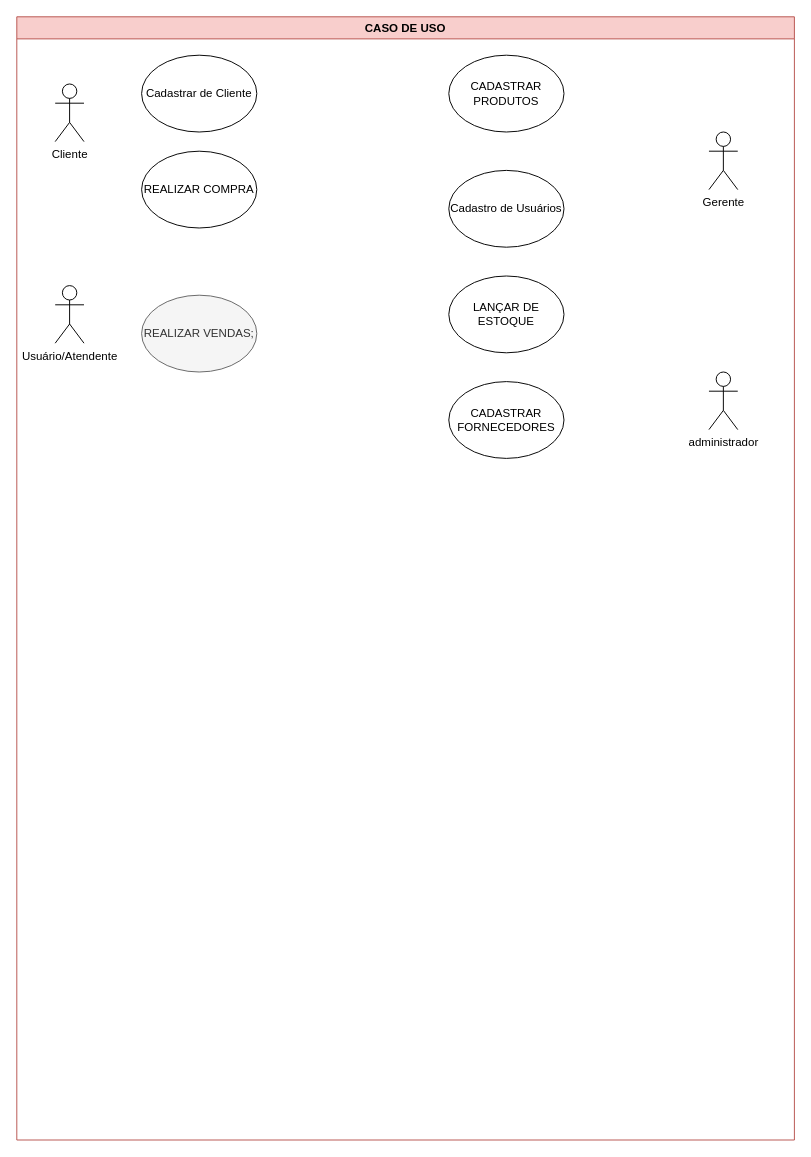
Before: page "Página-1" (1 of 2) of exerciocio.drawio in AirlanDEV/diagramasderequisitos, a draw.io diagram. Source tidied: cells renumbered, new cells numbered last; positions are measured from the earlier drawing's top-left corner, leaving out a move shared by most shapes. Both pictures are drawn from the tidied source at 96%, with x=0, y=0 at pixel (16, 16).
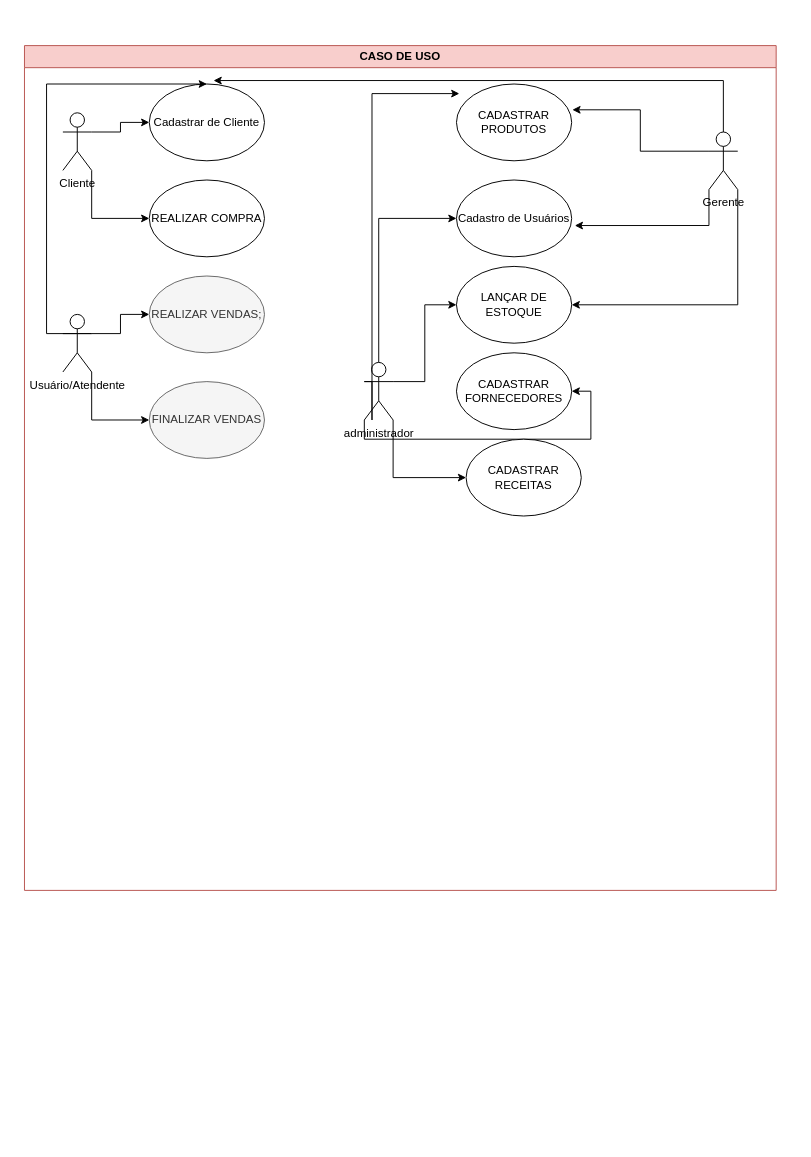
After the change.

Unchanged cells that the change refers to:
```xml
<mxCell id="3" value="Cliente" style="shape=umlActor;verticalLabelPosition=bottom;verticalAlign=top;html=1;outlineConnect=0;" parent="2" vertex="1">
  <mxGeometry x="40" y="70" width="30" height="60" as="geometry" />
</mxCell>
<mxCell id="4" value="Cadastrar de Cliente" style="ellipse;whiteSpace=wrap;html=1;" parent="2" vertex="1">
  <mxGeometry x="130" y="40" width="120" height="80" as="geometry" />
</mxCell>
<mxCell id="6" value="CADASTRAR PRODUTOS" style="ellipse;whiteSpace=wrap;html=1;" parent="2" vertex="1">
  <mxGeometry x="450" y="40" width="120" height="80" as="geometry" />
</mxCell>
<mxCell id="7" value="Usuário/Atendente" style="shape=umlActor;verticalLabelPosition=bottom;verticalAlign=top;html=1;outlineConnect=0;" parent="2" vertex="1">
  <mxGeometry x="40" y="280" width="30" height="60" as="geometry" />
</mxCell>
<mxCell id="9" value="REALIZAR COMPRA" style="ellipse;whiteSpace=wrap;html=1;" parent="2" vertex="1">
  <mxGeometry x="130" y="140" width="120" height="80" as="geometry" />
</mxCell>
<mxCell id="12" value="Gerente" style="shape=umlActor;verticalLabelPosition=bottom;verticalAlign=top;html=1;outlineConnect=0;" parent="1" vertex="1">
  <mxGeometry x="721" y="120" width="30" height="60" as="geometry" />
</mxCell>
```

Diff of the diagram source:
```diff
@@
     <mxCell id="2" value="CASO DE USO" style="swimlane;whiteSpace=wrap;html=1;fillColor=#f8cecc;strokeColor=#b85450;" parent="1" vertex="1">
-      <mxGeometry width="810" height="1170" as="geometry" />
+      <mxGeometry x="8" y="30" width="783" height="880" as="geometry" />
     </mxCell>
+    <mxCell id="14" style="edgeStyle=orthogonalEdgeStyle;rounded=0;jettySize=auto;html=1;exitX=1;exitY=0.3333333333333333;exitDx=0;exitDy=0;exitPerimeter=0;entryX=0;entryY=0.5;entryDx=0;entryDy=0;" parent="2" edge="1" source="3" target="4">
+      <mxGeometry relative="1" as="geometry" />
+    </mxCell>
+    <mxCell id="15" style="edgeStyle=orthogonalEdgeStyle;rounded=0;jettySize=auto;html=1;exitX=1;exitY=1;exitDx=0;exitDy=0;exitPerimeter=0;entryX=0;entryY=0.5;entryDx=0;entryDy=0;" parent="2" edge="1" source="3" target="9">
+      <mxGeometry relative="1" as="geometry" />
+    </mxCell>
@@
     <mxCell id="5" value="Cadastro de Usuários" style="ellipse;whiteSpace=wrap;html=1;" parent="2" vertex="1">
-      <mxGeometry x="450" y="160" width="120" height="80" as="geometry" />
+      <mxGeometry x="450" y="140" width="120" height="80" as="geometry" />
     </mxCell>
@@
+    <mxCell id="16" style="edgeStyle=orthogonalEdgeStyle;rounded=0;jettySize=auto;html=1;exitX=1;exitY=0.3333333333333333;exitDx=0;exitDy=0;exitPerimeter=0;entryX=0;entryY=0.5;entryDx=0;entryDy=0;" parent="2" edge="1" source="7" target="8">
+      <mxGeometry relative="1" as="geometry" />
+    </mxCell>
+    <mxCell id="17" style="edgeStyle=orthogonalEdgeStyle;rounded=0;jettySize=auto;html=1;exitX=1;exitY=1;exitDx=0;exitDy=0;exitPerimeter=0;entryX=0;entryY=0.5;entryDx=0;entryDy=0;" parent="2" edge="1" source="7" target="23">
+      <mxGeometry relative="1" as="geometry" />
+    </mxCell>
+    <mxCell id="18" style="edgeStyle=orthogonalEdgeStyle;rounded=0;jettySize=auto;html=1;exitX=1;exitY=0.3333333333333333;exitDx=0;exitDy=0;exitPerimeter=0;entryX=0.5;entryY=0;entryDx=0;entryDy=0;" parent="2" edge="1" source="7" target="4">
+      <mxGeometry relative="1" as="geometry">
+        <Array as="points">
+          <mxPoint x="23" y="300" />
+          <mxPoint x="23" y="40" />
+        </Array>
+      </mxGeometry>
+    </mxCell>
@@
     <mxCell id="8" value="REALIZAR VENDAS;" style="ellipse;whiteSpace=wrap;html=1;fillColor=#f5f5f5;fontColor=#333333;strokeColor=#666666;" parent="2" vertex="1">
-      <mxGeometry x="130" y="290" width="120" height="80" as="geometry" />
+      <mxGeometry x="130" y="240" width="120" height="80" as="geometry" />
     </mxCell>
@@
     <mxCell id="10" value="LANÇAR DE ESTOQUE" style="ellipse;whiteSpace=wrap;html=1;" parent="2" vertex="1">
-      <mxGeometry x="450" y="270" width="120" height="80" as="geometry" />
+      <mxGeometry x="450" y="230" width="120" height="80" as="geometry" />
     </mxCell>
     <mxCell id="11" value="CADASTRAR FORNECEDORES" style="ellipse;whiteSpace=wrap;html=1;" parent="2" vertex="1">
-      <mxGeometry x="450" y="380" width="120" height="80" as="geometry" />
+      <mxGeometry x="450" y="320" width="120" height="80" as="geometry" />
     </mxCell>
+    <mxCell id="19" style="edgeStyle=orthogonalEdgeStyle;rounded=0;jettySize=auto;html=1;exitX=0.5;exitY=0;exitDx=0;exitDy=0;exitPerimeter=0;entryX=0;entryY=0.5;entryDx=0;entryDy=0;" parent="2" edge="1" source="13" target="5">
+      <mxGeometry relative="1" as="geometry" />
+    </mxCell>
+    <mxCell id="20" style="edgeStyle=orthogonalEdgeStyle;rounded=0;jettySize=auto;html=1;exitX=1;exitY=0.3333333333333333;exitDx=0;exitDy=0;exitPerimeter=0;entryX=0;entryY=0.5;entryDx=0;entryDy=0;" parent="2" edge="1" source="13" target="10">
+      <mxGeometry relative="1" as="geometry" />
+    </mxCell>
+    <mxCell id="21" style="edgeStyle=orthogonalEdgeStyle;rounded=0;jettySize=auto;html=1;exitX=1;exitY=1;exitDx=0;exitDy=0;exitPerimeter=0;entryX=0;entryY=0.5;entryDx=0;entryDy=0;" parent="2" edge="1" source="13" target="24">
+      <mxGeometry relative="1" as="geometry" />
+    </mxCell>
+    <mxCell id="13" value="administrador" style="shape=umlActor;verticalLabelPosition=bottom;verticalAlign=top;html=1;outlineConnect=0;" parent="2" vertex="1">
+      <mxGeometry x="354" y="330" width="30" height="60" as="geometry" />
+    </mxCell>
+    <mxCell id="22" style="edgeStyle=orthogonalEdgeStyle;rounded=0;jettySize=auto;html=1;exitX=0;exitY=1;exitDx=0;exitDy=0;exitPerimeter=0;entryX=1;entryY=0.5;entryDx=0;entryDy=0;" parent="2" edge="1" source="13" target="11">
+      <mxGeometry relative="1" as="geometry" />
+    </mxCell>
+    <mxCell id="23" value="FINALIZAR VENDAS" style="ellipse;whiteSpace=wrap;html=1;fillColor=#f5f5f5;fontColor=#333333;strokeColor=#666666;" parent="2" vertex="1">
+      <mxGeometry x="130" y="350" width="120" height="80" as="geometry" />
+    </mxCell>
+    <mxCell id="24" value="CADASTRAR RECEITAS" style="ellipse;whiteSpace=wrap;html=1;" parent="2" vertex="1">
+      <mxGeometry x="460" y="410" width="120" height="80" as="geometry" />
+    </mxCell>
+    <mxCell id="25" style="edgeStyle=orthogonalEdgeStyle;rounded=0;jettySize=auto;html=1;exitX=1;exitY=1;exitDx=0;exitDy=0;exitPerimeter=0;entryX=1;entryY=0.5;entryDx=0;entryDy=0;" parent="1" edge="1" source="12" target="10">
+      <mxGeometry relative="1" as="geometry" />
+    </mxCell>
@@
-    <mxCell id="13" value="administrador" style="shape=umlActor;verticalLabelPosition=bottom;verticalAlign=top;html=1;outlineConnect=0;" parent="1" vertex="1">
-      <mxGeometry x="721" y="370" width="30" height="60" as="geometry" />
-    </mxCell>
+    <mxCell id="26" style="edgeStyle=orthogonalEdgeStyle;rounded=0;jettySize=auto;html=1;exitX=0;exitY=0.3333333333333333;exitDx=0;exitDy=0;exitPerimeter=0;" parent="1" edge="1" source="13">
+      <mxGeometry relative="1" as="geometry">
+        <mxPoint x="461" y="80" as="targetPoint" />
+        <Array as="points">
+          <mxPoint x="370" y="420" />
+          <mxPoint x="370" y="241" />
+          <mxPoint x="371" y="80" />
+        </Array>
+      </mxGeometry>
+    </mxCell>
+    <mxCell id="27" style="edgeStyle=orthogonalEdgeStyle;rounded=0;jettySize=auto;html=1;exitX=0;exitY=0.3333333333333333;exitDx=0;exitDy=0;exitPerimeter=0;entryX=1.006;entryY=0.336;entryDx=0;entryDy=0;entryPerimeter=0;" parent="1" edge="1" source="12" target="6">
+      <mxGeometry relative="1" as="geometry" />
+    </mxCell>
+    <mxCell id="28" style="edgeStyle=orthogonalEdgeStyle;rounded=0;jettySize=auto;html=1;exitX=0;exitY=1;exitDx=0;exitDy=0;exitPerimeter=0;entryX=1.027;entryY=0.593;entryDx=0;entryDy=0;entryPerimeter=0;" parent="1" edge="1" source="12" target="5">
+      <mxGeometry relative="1" as="geometry" />
+    </mxCell>
+    <mxCell id="29" style="edgeStyle=orthogonalEdgeStyle;rounded=0;jettySize=auto;html=1;exitX=0.5;exitY=0;exitDx=0;exitDy=0;exitPerimeter=0;entryX=0.558;entryY=-0.045;entryDx=0;entryDy=0;entryPerimeter=0;" parent="1" edge="1" source="12" target="4">
+      <mxGeometry relative="1" as="geometry" />
+    </mxCell>
```
